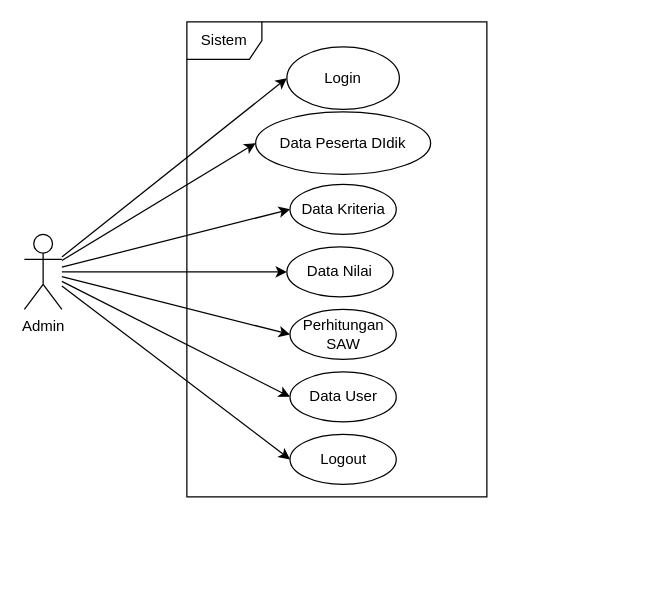
The draw.io diagram page "USECASE" (1 of 10) of SAW-SIPRES.drawio in ArtEnginer/UML-DIAGRAM, before the edit. Source tidied: cells renumbered, new cells numbered last; positions are measured from the earlier drawing's top-left corner, leaving out a move shared by most shapes. Both pictures are drawn from the tidied source at 125%, with x=0, y=0 at pixel (24, 21).
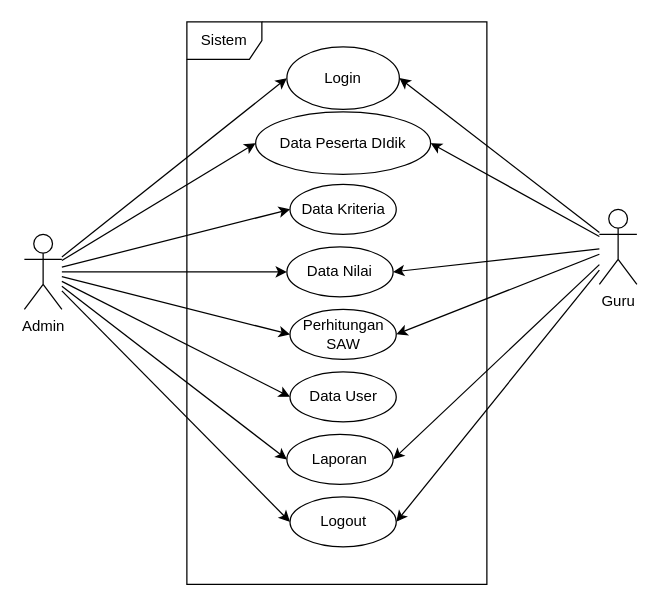
The same diagram, later.

The change refers to these unchanged cells:
```xml
<mxCell id="9" value="Admin" style="shape=umlActor;verticalLabelPosition=bottom;verticalAlign=top;html=1;outlineConnect=0;" parent="1" vertex="1">
  <mxGeometry y="170" width="30" height="60" as="geometry" />
</mxCell>
<mxCell id="11" value="Login" style="ellipse;whiteSpace=wrap;html=1;" parent="1" vertex="1">
  <mxGeometry x="210" y="20" width="90" height="50" as="geometry" />
</mxCell>
<mxCell id="12" value="Data Peserta DIdik" style="ellipse;whiteSpace=wrap;html=1;" parent="1" vertex="1">
  <mxGeometry x="185" y="72" width="140" height="50" as="geometry" />
</mxCell>
<mxCell id="14" value="Data Nilai" style="ellipse;whiteSpace=wrap;html=1;" parent="1" vertex="1">
  <mxGeometry x="210" y="180" width="85" height="40" as="geometry" />
</mxCell>
<mxCell id="15" value="Perhitungan SAW" style="ellipse;whiteSpace=wrap;html=1;" parent="1" vertex="1">
  <mxGeometry x="212.5" y="230" width="85" height="40" as="geometry" />
</mxCell>
```

Change to the diagram source:
```diff
@@
+    <mxCell id="18" style="edgeStyle=none;rounded=0;jettySize=auto;html=1;entryX=0;entryY=0.5;entryDx=0;entryDy=0;" parent="1" edge="1" source="9" target="26">
+      <mxGeometry relative="1" as="geometry" />
+    </mxCell>
@@
     <mxCell id="10" value="Sistem" style="shape=umlFrame;whiteSpace=wrap;html=1;" parent="1" vertex="1">
-      <mxGeometry x="130" width="240" height="380" as="geometry" />
+      <mxGeometry x="130" width="240" height="450" as="geometry" />
     </mxCell>
@@
     <mxCell id="17" value="Logout" style="ellipse;whiteSpace=wrap;html=1;" parent="1" vertex="1">
-      <mxGeometry x="212.5" y="330" width="85" height="40" as="geometry" />
+      <mxGeometry x="212.5" y="380" width="85" height="40" as="geometry" />
     </mxCell>
+    <mxCell id="19" style="edgeStyle=none;rounded=0;jettySize=auto;html=1;entryX=1;entryY=0.5;entryDx=0;entryDy=0;" parent="1" edge="1" source="25" target="11">
+      <mxGeometry relative="1" as="geometry" />
+    </mxCell>
+    <mxCell id="20" style="edgeStyle=none;rounded=0;jettySize=auto;html=1;entryX=1;entryY=0.5;entryDx=0;entryDy=0;" parent="1" edge="1" source="25" target="12">
+      <mxGeometry relative="1" as="geometry" />
+    </mxCell>
+    <mxCell id="21" style="edgeStyle=none;rounded=0;jettySize=auto;html=1;entryX=1;entryY=0.5;entryDx=0;entryDy=0;" parent="1" edge="1" source="25" target="14">
+      <mxGeometry relative="1" as="geometry" />
+    </mxCell>
+    <mxCell id="22" style="edgeStyle=none;rounded=0;jettySize=auto;html=1;entryX=1;entryY=0.5;entryDx=0;entryDy=0;" parent="1" edge="1" source="25" target="15">
+      <mxGeometry relative="1" as="geometry" />
+    </mxCell>
+    <mxCell id="23" style="edgeStyle=none;rounded=0;jettySize=auto;html=1;entryX=1;entryY=0.5;entryDx=0;entryDy=0;" parent="1" edge="1" source="25" target="26">
+      <mxGeometry relative="1" as="geometry" />
+    </mxCell>
+    <mxCell id="24" style="edgeStyle=none;rounded=0;jettySize=auto;html=1;entryX=1;entryY=0.5;entryDx=0;entryDy=0;" parent="1" edge="1" source="25" target="17">
+      <mxGeometry relative="1" as="geometry" />
+    </mxCell>
+    <mxCell id="25" value="Guru" style="shape=umlActor;verticalLabelPosition=bottom;verticalAlign=top;html=1;outlineConnect=0;" parent="1" vertex="1">
+      <mxGeometry x="460" y="150" width="30" height="60" as="geometry" />
+    </mxCell>
+    <mxCell id="26" value="Laporan" style="ellipse;whiteSpace=wrap;html=1;" parent="1" vertex="1">
+      <mxGeometry x="210" y="330" width="85" height="40" as="geometry" />
+    </mxCell>
```
